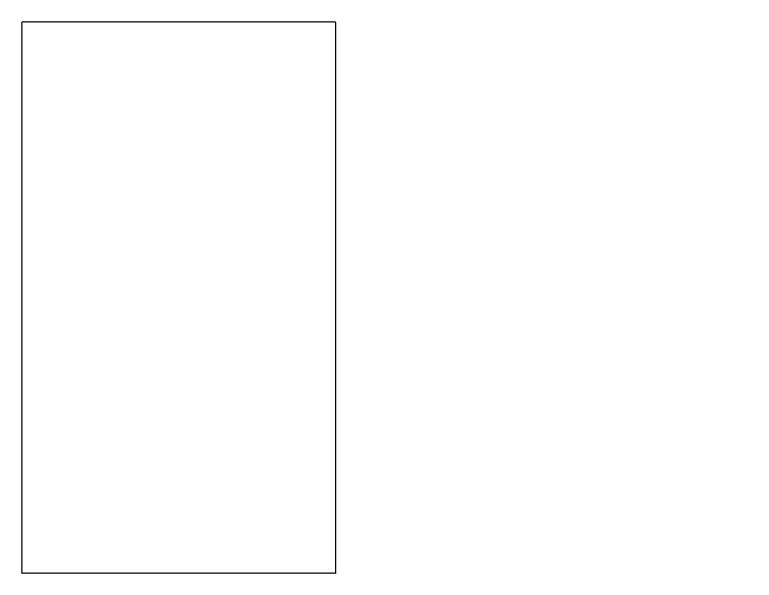
The draw.io diagram Activity Diagram Current Business.drawio in AbeSoll/Draw.io, before the edit. Source tidied: cells renumbered, new cells numbered last; positions are measured from the earlier drawing's top-left corner, leaving out a move shared by most shapes. Both pictures are drawn from the tidied source at 125%, with x=0, y=0 at pixel (21, 21).
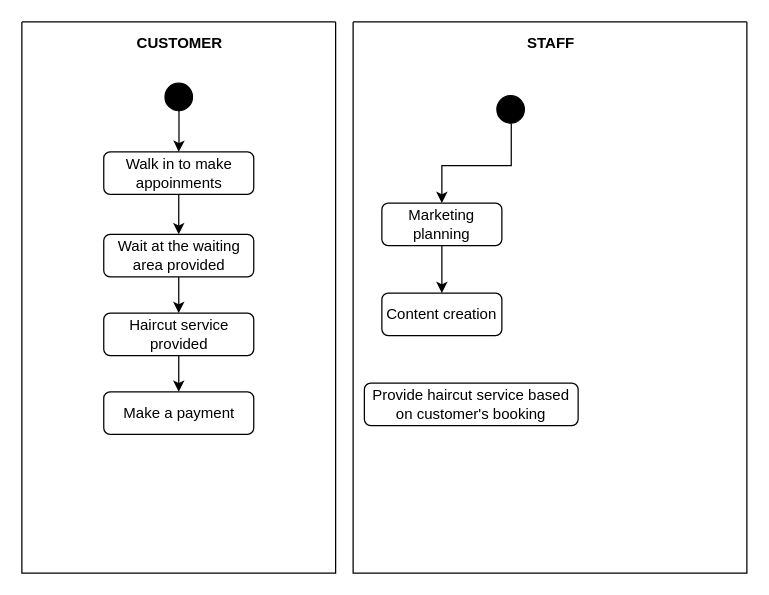
The same diagram, later.

Unchanged cells that the change refers to:
```xml
<mxCell id="2" style="swimlane;startSize=0;" parent="1" vertex="1">
  <mxGeometry width="251" height="441" as="geometry" />
</mxCell>
```

The edit, as a diff of the source:
```diff
@@
+    <mxCell id="3" value="CUSTOMER" style="text;html=1;align=center;verticalAlign=middle;strokeColor=none;fillColor=none;fontStyle=1;" parent="2" vertex="1">
+      <mxGeometry x="82.5" y="4" width="86" height="26" as="geometry" />
+    </mxCell>
+    <mxCell id="4" style="edgeStyle=orthogonalEdgeStyle;rounded=0;jettySize=auto;html=1;exitX=0.5;exitY=1;exitDx=0;exitDy=0;entryX=0.5;entryY=0;entryDx=0;entryDy=0;" parent="2" edge="1" source="5" target="7">
+      <mxGeometry relative="1" as="geometry" />
+    </mxCell>
+    <mxCell id="5" value="Walk in to make appoinments" style="rounded=1;whiteSpace=wrap;html=1;" parent="2" vertex="1">
+      <mxGeometry x="65.5" y="104" width="120" height="34" as="geometry" />
+    </mxCell>
+    <mxCell id="6" style="edgeStyle=orthogonalEdgeStyle;rounded=0;jettySize=auto;html=1;exitX=0.5;exitY=1;exitDx=0;exitDy=0;entryX=0.5;entryY=0;entryDx=0;entryDy=0;" parent="2" edge="1" source="7" target="9">
+      <mxGeometry relative="1" as="geometry" />
+    </mxCell>
+    <mxCell id="7" value="Wait at the waiting area provided" style="rounded=1;whiteSpace=wrap;html=1;" parent="2" vertex="1">
+      <mxGeometry x="65.5" y="170" width="120" height="34" as="geometry" />
+    </mxCell>
+    <mxCell id="8" style="edgeStyle=orthogonalEdgeStyle;rounded=0;jettySize=auto;html=1;exitX=0.5;exitY=1;exitDx=0;exitDy=0;entryX=0.5;entryY=0;entryDx=0;entryDy=0;" parent="2" edge="1" source="9" target="10">
+      <mxGeometry relative="1" as="geometry" />
+    </mxCell>
+    <mxCell id="9" value="Haircut service provided" style="rounded=1;whiteSpace=wrap;html=1;" parent="2" vertex="1">
+      <mxGeometry x="65.5" y="233" width="120" height="34" as="geometry" />
+    </mxCell>
+    <mxCell id="10" value="Make a payment" style="rounded=1;whiteSpace=wrap;html=1;" parent="2" vertex="1">
+      <mxGeometry x="65.5" y="296" width="120" height="34" as="geometry" />
+    </mxCell>
+    <mxCell id="11" style="edgeStyle=orthogonalEdgeStyle;rounded=0;jettySize=auto;html=1;exitX=0.506;exitY=0.877;exitDx=0;exitDy=0;exitPerimeter=0;" parent="2" edge="1" source="12" target="5">
+      <mxGeometry relative="1" as="geometry" />
+    </mxCell>
+    <mxCell id="12" style="ellipse;html=1;shape=startState;fillColor=#000000;strokeColor=#000000;" parent="2" vertex="1">
+      <mxGeometry x="110.5" y="45" width="30" height="30" as="geometry" />
+    </mxCell>
+    <mxCell id="13" style="swimlane;startSize=0;" parent="1" vertex="1">
+      <mxGeometry x="265" width="315" height="441" as="geometry" />
+    </mxCell>
+    <mxCell id="14" value="STAFF" style="text;html=1;align=center;verticalAlign=middle;strokeColor=none;fillColor=none;fontStyle=1;" parent="13" vertex="1">
+      <mxGeometry x="130" y="4" width="55" height="26" as="geometry" />
+    </mxCell>
+    <mxCell id="15" style="edgeStyle=orthogonalEdgeStyle;rounded=0;jettySize=auto;html=1;exitX=0.517;exitY=0.867;exitDx=0;exitDy=0;entryX=0.5;entryY=0;entryDx=0;entryDy=0;exitPerimeter=0;" parent="13" edge="1" source="16" target="18">
+      <mxGeometry relative="1" as="geometry" />
+    </mxCell>
+    <mxCell id="16" style="ellipse;html=1;shape=startState;fillColor=#000000;strokeColor=#000000;" parent="13" vertex="1">
+      <mxGeometry x="111" y="55" width="30" height="30" as="geometry" />
+    </mxCell>
+    <mxCell id="17" style="edgeStyle=orthogonalEdgeStyle;rounded=0;jettySize=auto;html=1;exitX=0.5;exitY=1;exitDx=0;exitDy=0;entryX=0.5;entryY=0;entryDx=0;entryDy=0;" parent="13" edge="1" source="18" target="19">
+      <mxGeometry relative="1" as="geometry" />
+    </mxCell>
+    <mxCell id="18" value="Marketing planning" style="rounded=1;whiteSpace=wrap;html=1;" parent="13" vertex="1">
+      <mxGeometry x="23" y="145" width="96" height="34" as="geometry" />
+    </mxCell>
+    <mxCell id="19" value="Content creation" style="rounded=1;whiteSpace=wrap;html=1;" parent="13" vertex="1">
+      <mxGeometry x="23" y="217" width="96" height="34" as="geometry" />
+    </mxCell>
+    <mxCell id="20" value="Provide haircut service based on customer's booking" style="rounded=1;whiteSpace=wrap;html=1;" parent="13" vertex="1">
+      <mxGeometry x="9" y="289" width="171" height="34" as="geometry" />
+    </mxCell>
```
